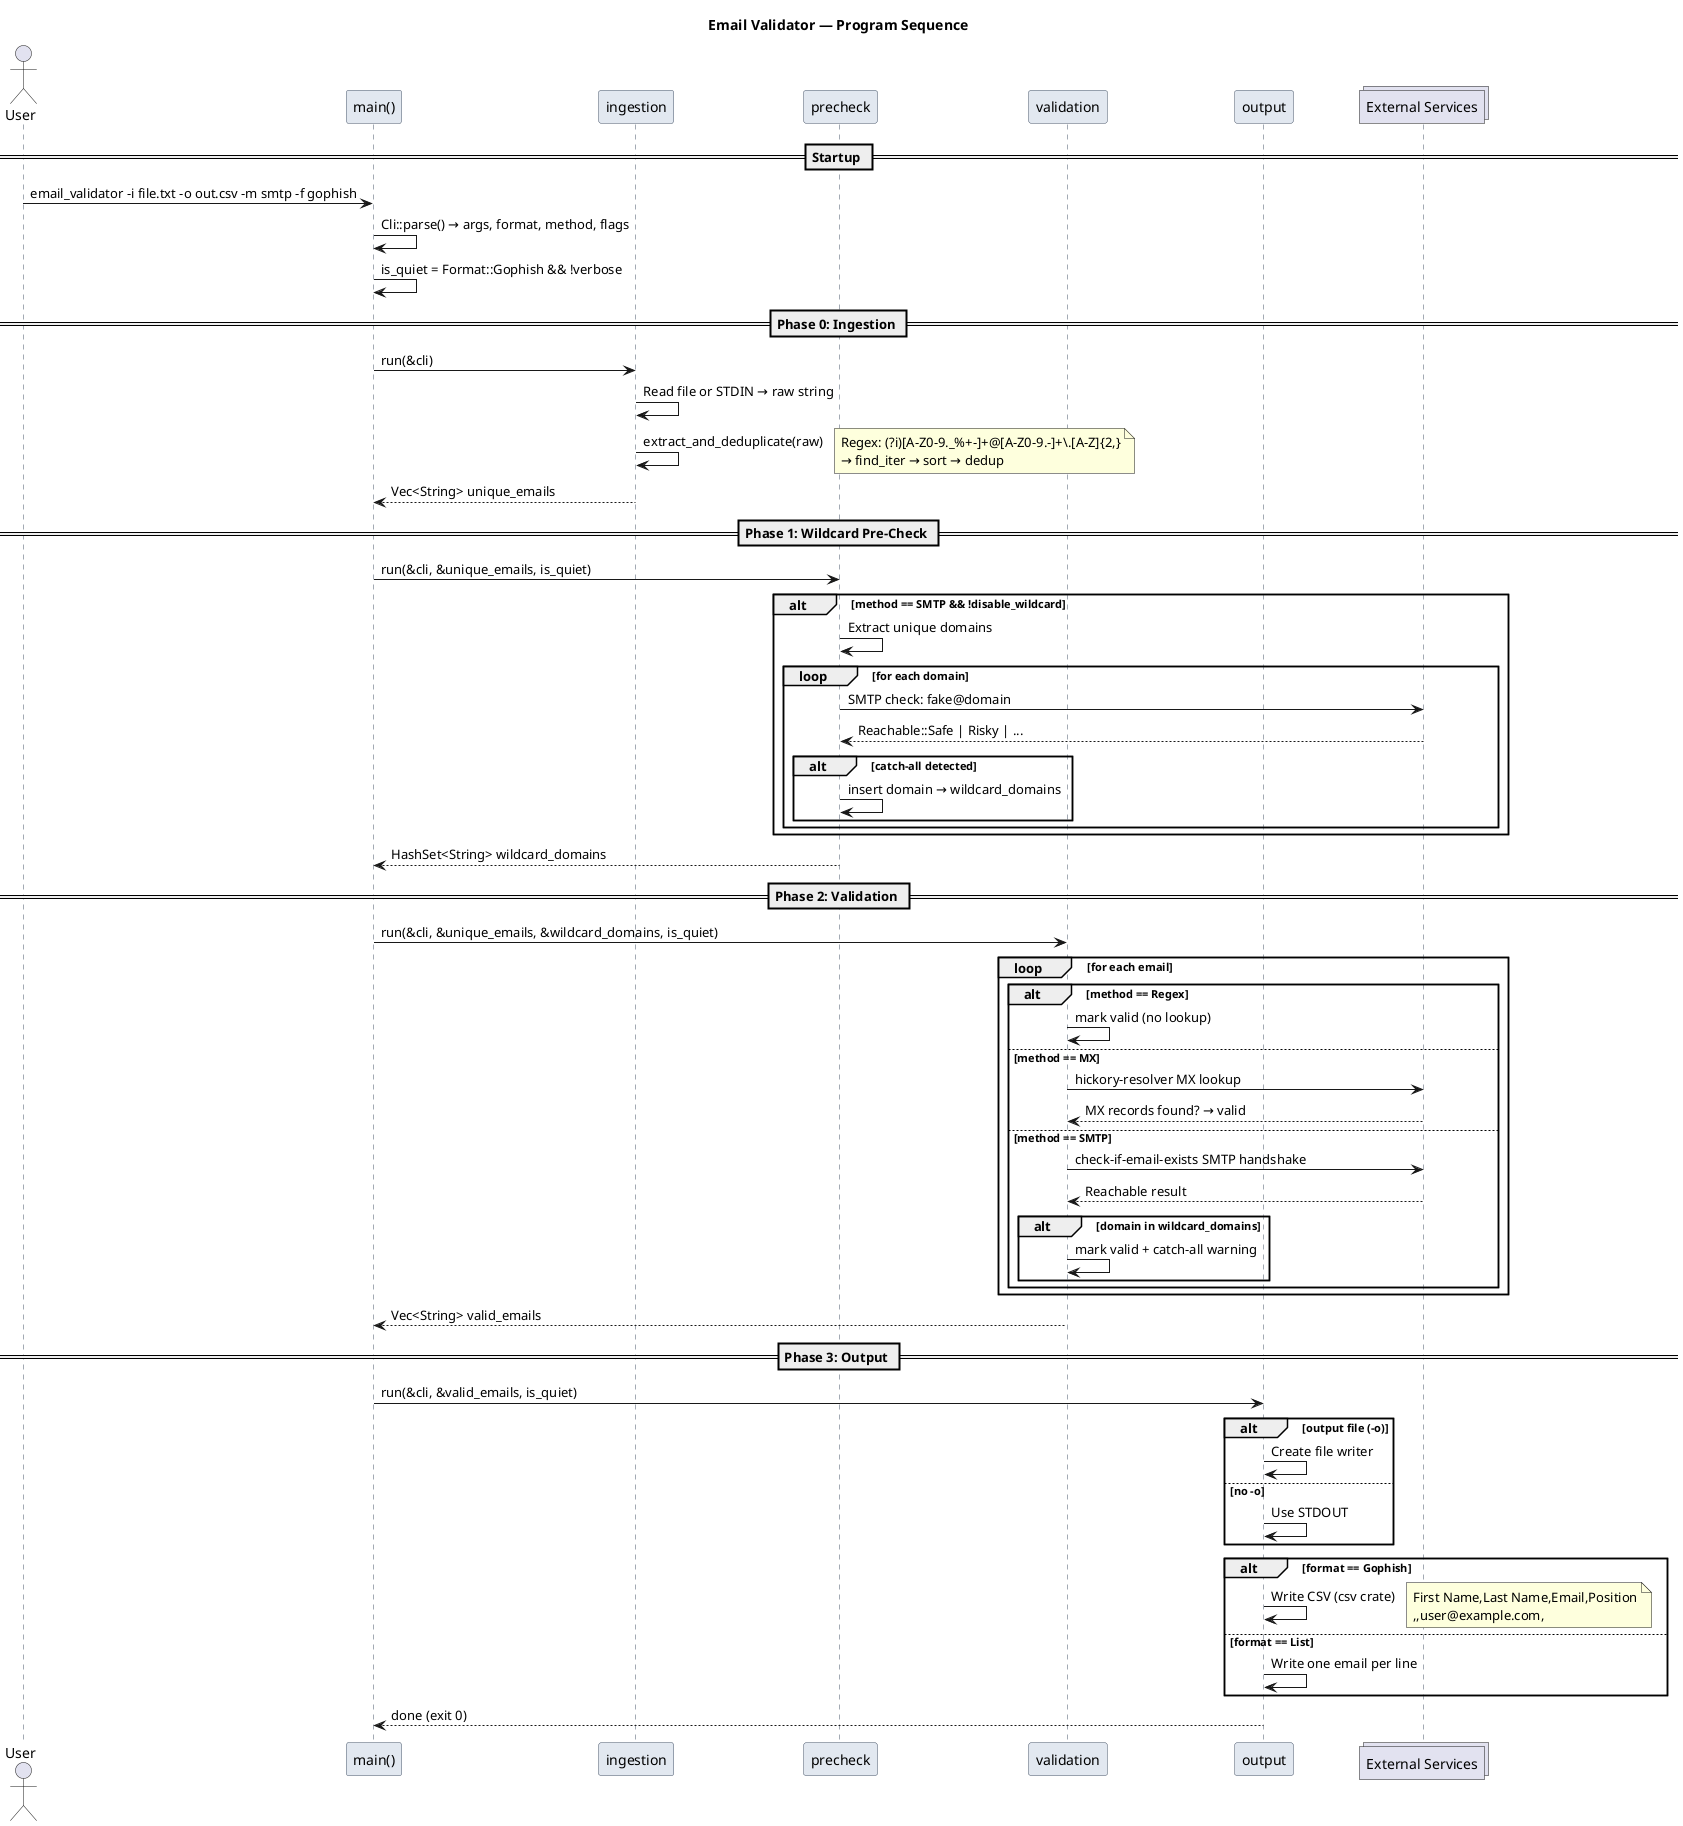
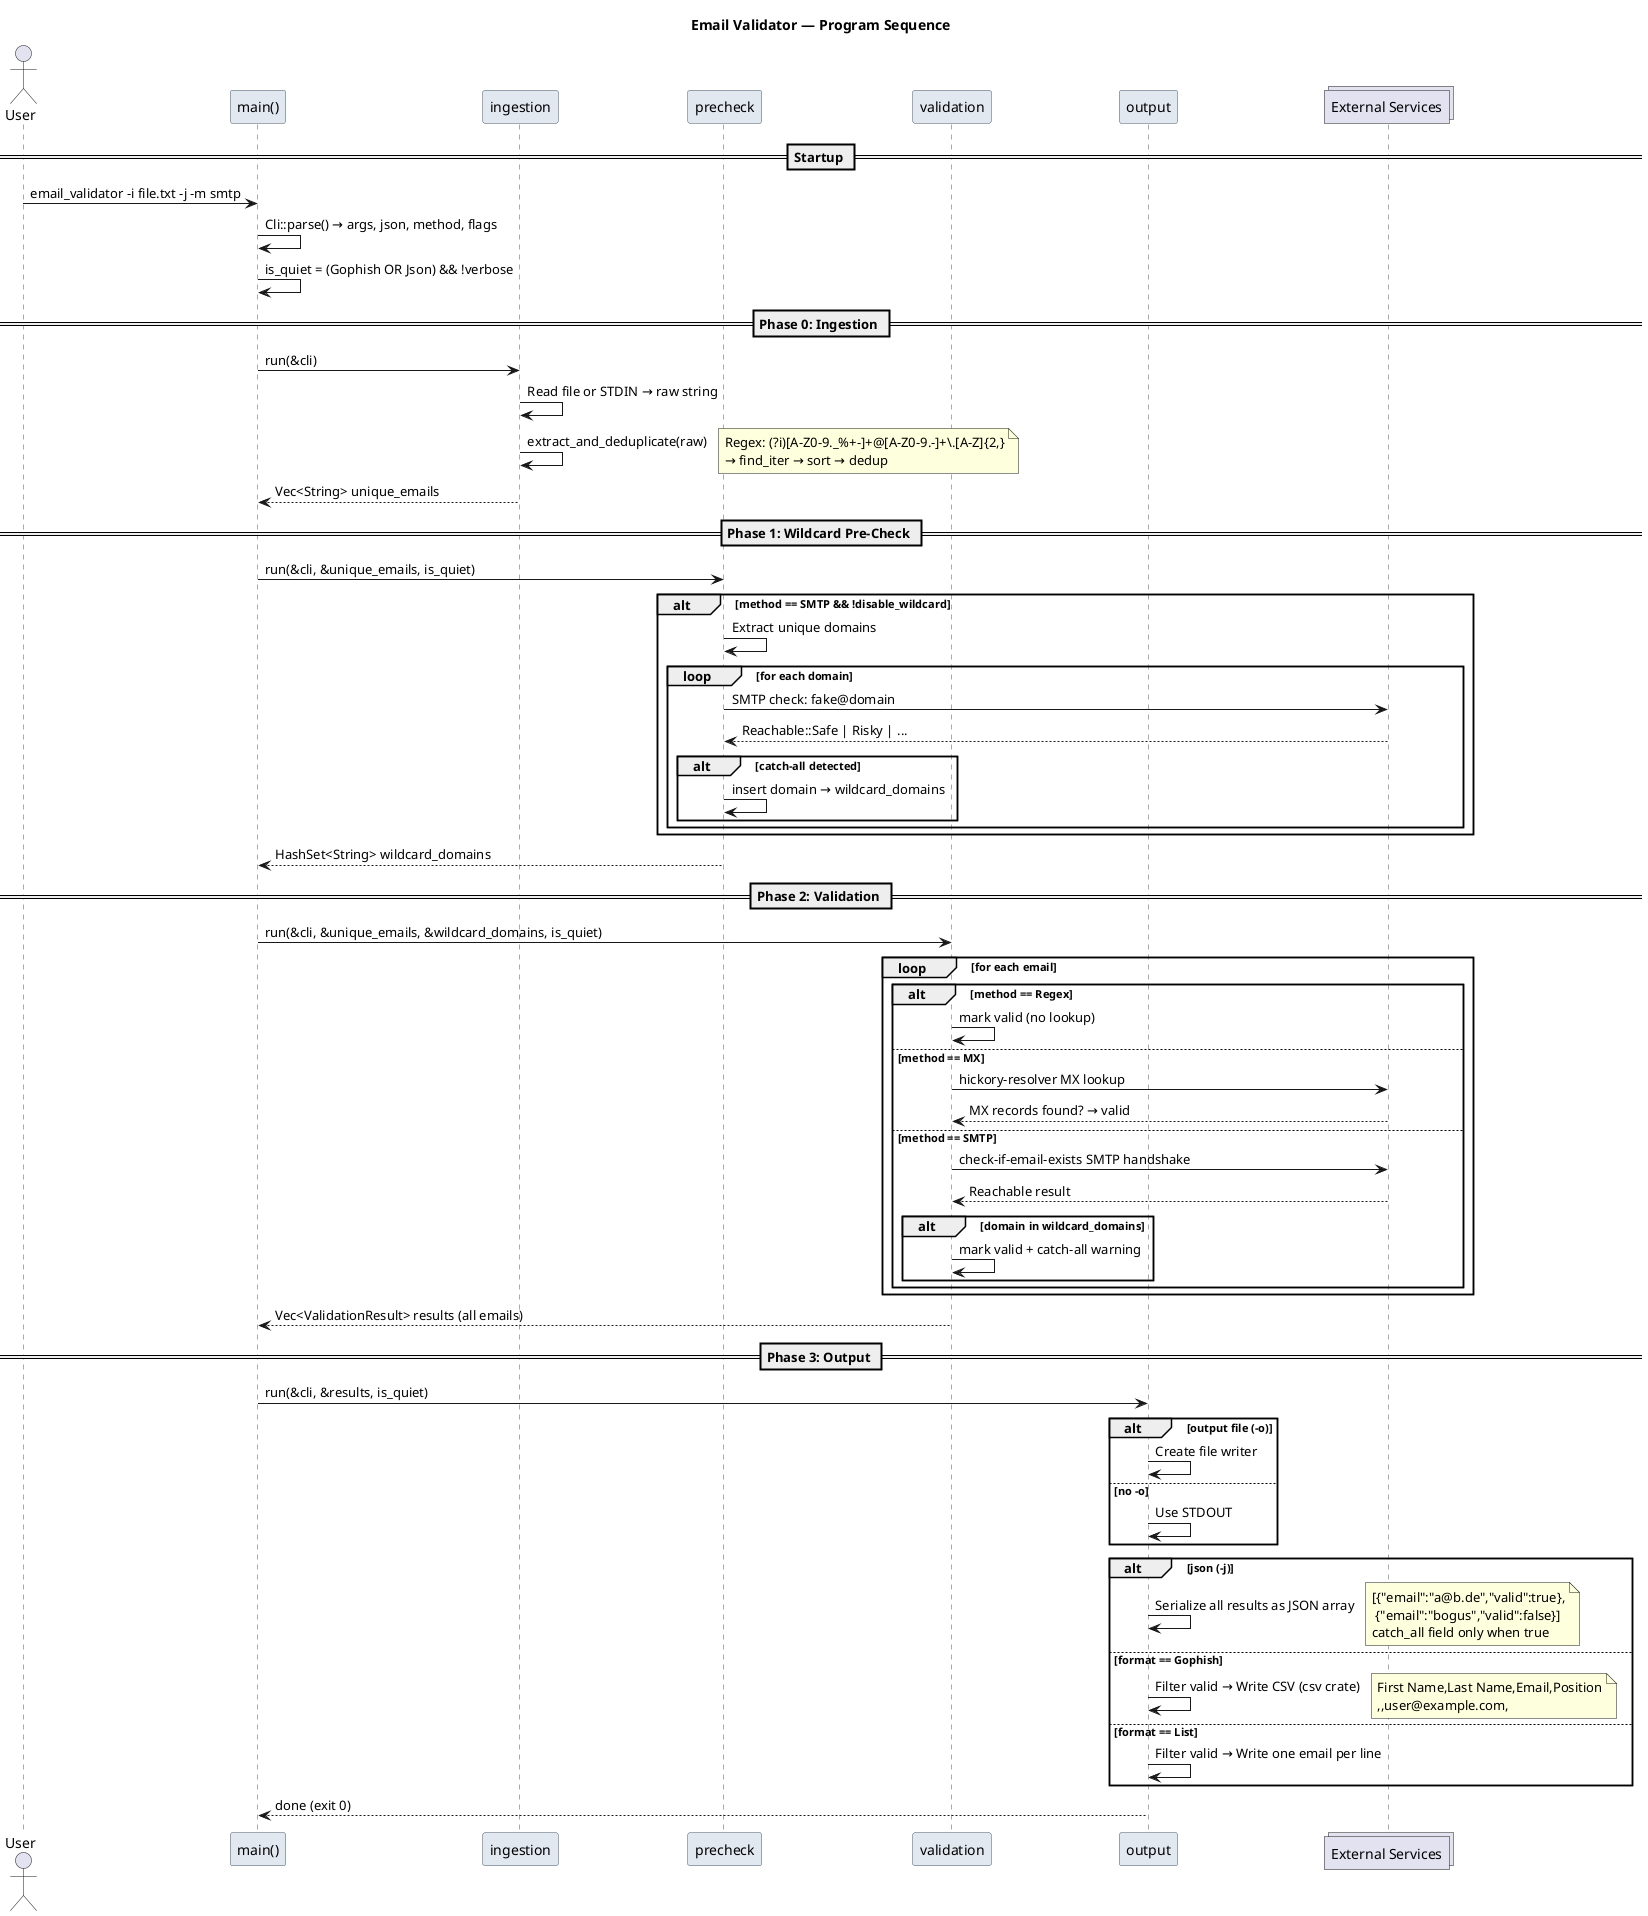
@startuml program_sequence
skinparam SequenceLifeLineBackgroundColor #f1f5f9
skinparam SequenceLifeLineBorderColor #475569
skinparam SequenceBoxBackgroundColor #f8fafc
skinparam SequenceBoxBorderColor #64748b
skinparam ParticipantBackgroundColor #e2e8f0
skinparam ParticipantBorderColor #475569

title Email Validator — Program Sequence

actor User
participant "main()" as Main
participant "ingestion" as Ing
participant "precheck" as Pre
participant "validation" as Val
participant "output" as Out
collections "External Services" as Ext

== Startup ==
- User -> Main : email_validator -i file.txt -o out.csv -m smtp -f gophish
- Main -> Main : Cli::parse() → args, format, method, flags
- Main -> Main : is_quiet = Format::Gophish && !verbose
+ User -> Main : email_validator -i file.txt -j -m smtp
+ Main -> Main : Cli::parse() → args, json, method, flags
+ Main -> Main : is_quiet = (Gophish OR Json) && !verbose

== Phase 0: Ingestion ==
Main -> Ing : run(&cli)
Ing -> Ing : Read file or STDIN → raw string
Ing -> Ing : extract_and_deduplicate(raw)
note right
  Regex: (?i)[A-Z0-9._%+-]+@[A-Z0-9.-]+\.[A-Z]{2,}
  → find_iter → sort → dedup
end note
Ing --> Main : Vec<String> unique_emails

== Phase 1: Wildcard Pre-Check ==
Main -> Pre : run(&cli, &unique_emails, is_quiet)
alt method == SMTP && !disable_wildcard
  Pre -> Pre : Extract unique domains
  loop for each domain
    Pre -> Ext : SMTP check: fake@domain
    Ext --> Pre : Reachable::Safe | Risky | ...
    alt catch-all detected
      Pre -> Pre : insert domain → wildcard_domains
    end
  end
end
Pre --> Main : HashSet<String> wildcard_domains

== Phase 2: Validation ==
Main -> Val : run(&cli, &unique_emails, &wildcard_domains, is_quiet)
loop for each email
  alt method == Regex
    Val -> Val : mark valid (no lookup)
  else method == MX
    Val -> Ext : hickory-resolver MX lookup
    Ext --> Val : MX records found? → valid
  else method == SMTP
    Val -> Ext : check-if-email-exists SMTP handshake
    Ext --> Val : Reachable result
    alt domain in wildcard_domains
      Val -> Val : mark valid + catch-all warning
    end
  end
end
- Val --> Main : Vec<String> valid_emails
+ Val --> Main : Vec<ValidationResult> results (all emails)

== Phase 3: Output ==
- Main -> Out : run(&cli, &valid_emails, is_quiet)
+ Main -> Out : run(&cli, &results, is_quiet)
alt output file (-o)
  Out -> Out : Create file writer
else no -o
  Out -> Out : Use STDOUT
end
- alt format == Gophish
-   Out -> Out : Write CSV (csv crate)
+ alt json (-j)
+   Out -> Out : Serialize all results as JSON array
+   note right
+     [{"email":"a@b.de","valid":true},
+      {"email":"bogus","valid":false}]
+     catch_all field only when true
+   end note
+ else format == Gophish
+   Out -> Out : Filter valid → Write CSV (csv crate)
  note right
    First Name,Last Name,Email,Position
    ,,user@example.com,
  end note
else format == List
-   Out -> Out : Write one email per line
+   Out -> Out : Filter valid → Write one email per line
end
Out --> Main : done (exit 0)

@enduml